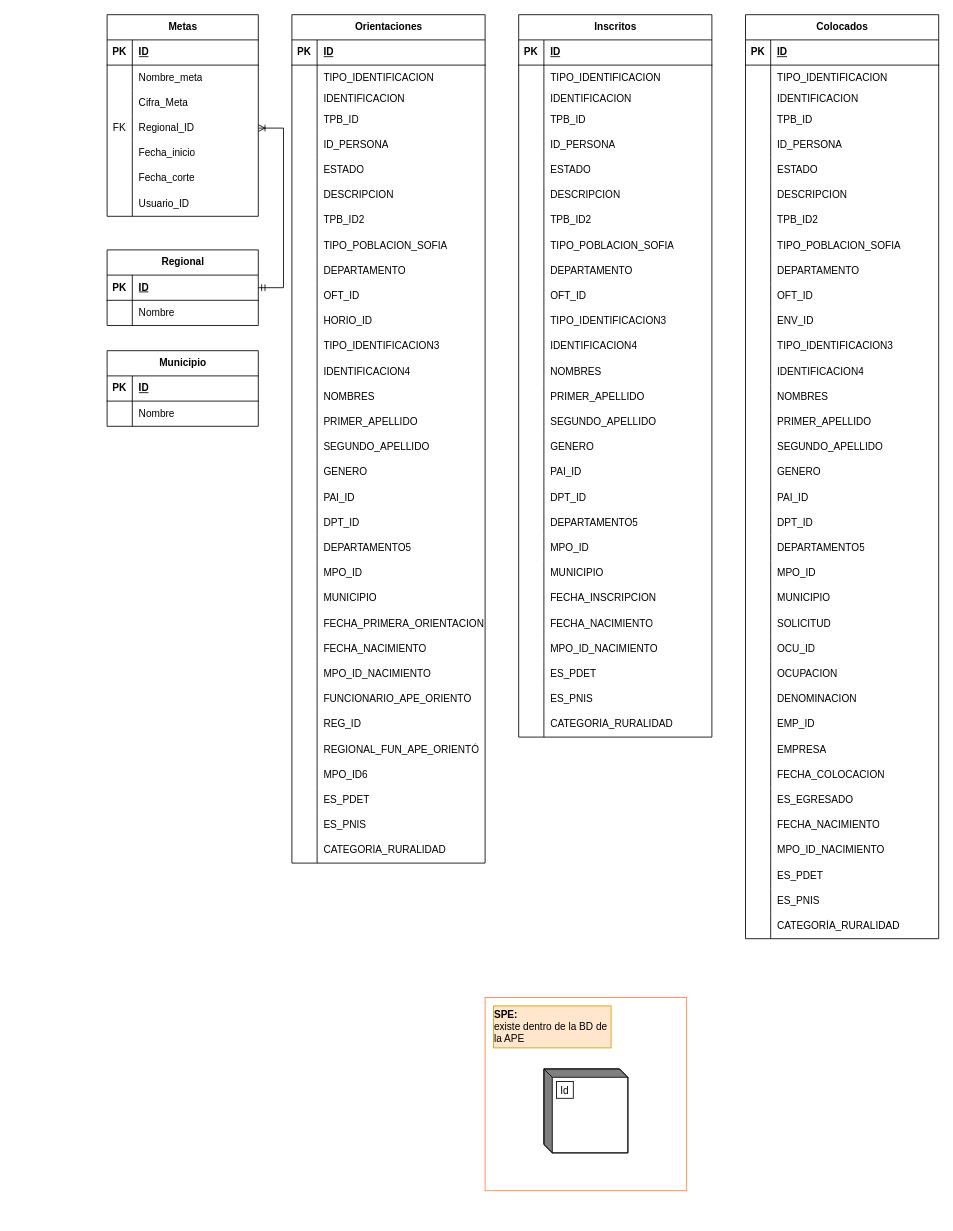
This is Diagrama sin título.drawio from nrb3098/ProyectoVictimasAPE, a draw.io file, before an edit. Source tidied: cells renumbered, new cells numbered last; positions are measured from the earlier drawing's top-left corner, leaving out a move shared by most shapes. Both pictures are drawn from the tidied source at 84%, with x=0, y=0 at pixel (107, 14).
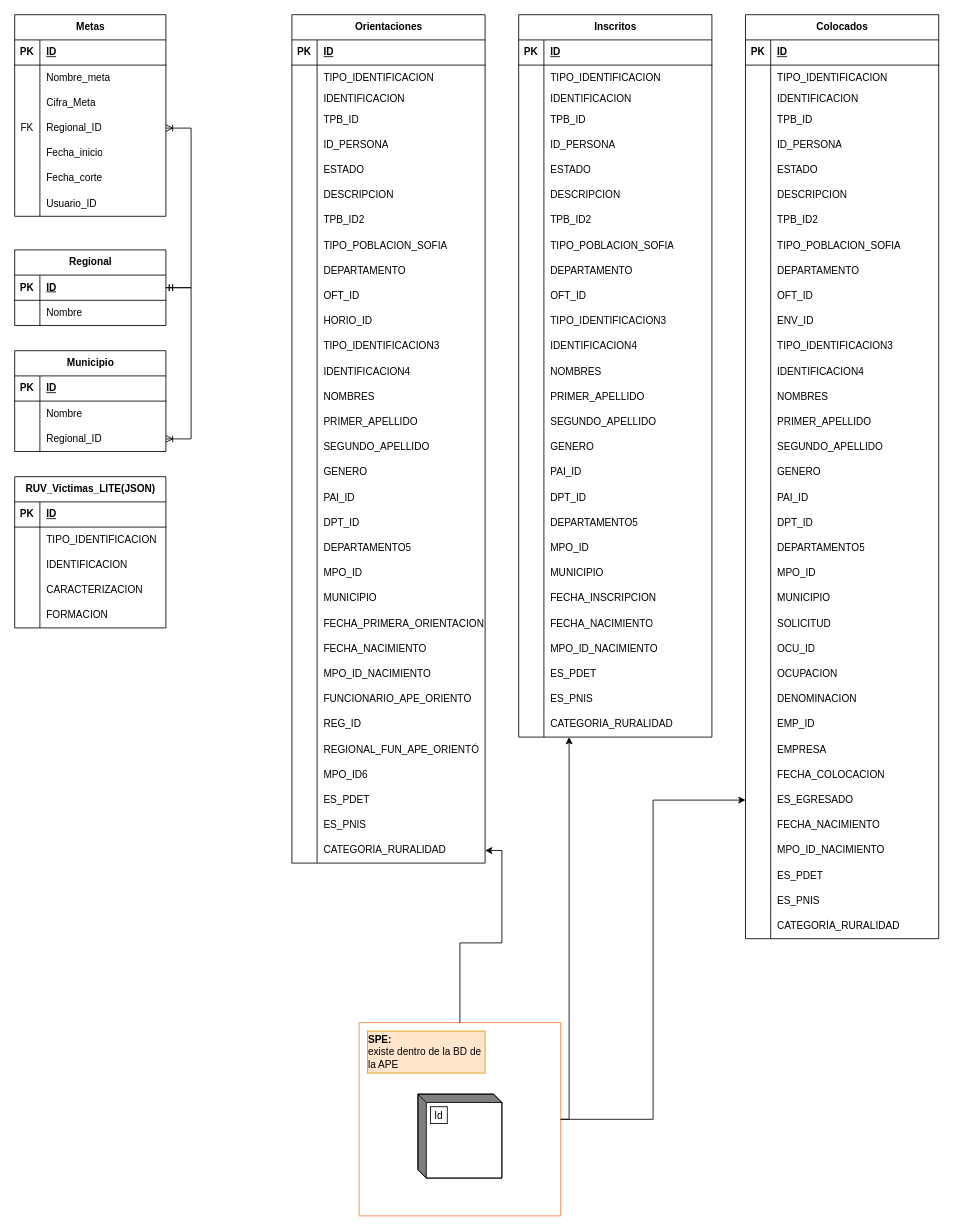
The same page after the edit.

The change refers to these unchanged cells:
```xml
<mxCell id="99" style="shape=tableRow;horizontal=0;startSize=0;swimlaneHead=0;swimlaneBody=0;fillColor=none;points=[[0,0.5],[1,0.5]];portConstraint=eastwest;top=0;left=0;right=0;bottom=0;" parent="2" vertex="1">
  <mxGeometry y="980" width="230" height="30" as="geometry" />
</mxCell>
<mxCell id="125" style="rounded=0;whiteSpace=wrap;html=1;fillColor=none;strokeColor=#ff8040;" parent="124" vertex="1">
  <mxGeometry width="240" height="230" as="geometry" />
</mxCell>
<mxCell id="211" style="shape=tableRow;horizontal=0;startSize=0;swimlaneHead=0;swimlaneBody=0;fillColor=none;points=[[0,0.5],[1,0.5]];portConstraint=eastwest;top=0;left=0;right=0;bottom=0;" parent="129" vertex="1">
  <mxGeometry y="830" width="230" height="30" as="geometry" />
</mxCell>
<mxCell id="305" style="shape=tableRow;horizontal=0;startSize=0;swimlaneHead=0;swimlaneBody=0;fillColor=none;points=[[0,0.5],[1,0.5]];portConstraint=eastwest;top=0;left=0;right=0;bottom=0;" parent="214" vertex="1">
  <mxGeometry y="920" width="230" height="30" as="geometry" />
</mxCell>
<mxCell id="324" style="shape=tableRow;horizontal=0;startSize=0;swimlaneHead=0;swimlaneBody=0;fillColor=none;points=[[0,0.5],[1,0.5]];portConstraint=eastwest;top=0;left=0;right=0;bottom=1;" parent="323" vertex="1">
  <mxGeometry y="30" width="180" height="30" as="geometry" />
</mxCell>
```

Diff of the diagram source:
```diff
@@
     <mxCell id="102" value="Metas" style="shape=table;startSize=30;childLayout=tableLayout;rowLines=0;fontStyle=1;align=center;html=1;" parent="1" vertex="1">
-      <mxGeometry width="180" height="240" as="geometry" />
+      <mxGeometry x="-110" width="180" height="240" as="geometry" />
     </mxCell>
@@
     <mxCell id="124" style="group;" parent="1" vertex="1">
-      <mxGeometry x="450" y="1170" width="240" height="230" as="geometry" />
+      <mxGeometry x="300" y="1200" width="240" height="230" as="geometry" />
     </mxCell>
@@
     <mxCell id="323" value="Regional" style="shape=table;startSize=30;childLayout=tableLayout;rowLines=0;fontStyle=1;align=center;html=1;" parent="1" vertex="1">
-      <mxGeometry y="280" width="180" height="90" as="geometry" />
+      <mxGeometry x="-110" y="280" width="180" height="90" as="geometry" />
     </mxCell>
@@
     <mxCell id="330" value="Municipio" style="shape=table;startSize=30;childLayout=tableLayout;rowLines=0;fontStyle=1;align=center;html=1;" parent="1" vertex="1">
-      <mxGeometry y="400" width="180" height="90" as="geometry" />
+      <mxGeometry x="-110" y="400" width="180" height="120" as="geometry" />
     </mxCell>
@@
+    <mxCell id="338" style="shape=tableRow;horizontal=0;startSize=0;swimlaneHead=0;swimlaneBody=0;fillColor=none;points=[[0,0.5],[1,0.5]];portConstraint=eastwest;top=0;left=0;right=0;bottom=0;" parent="330" vertex="1">
+      <mxGeometry y="90" width="180" height="30" as="geometry" />
+    </mxCell>
+    <mxCell id="339" style="shape=partialRectangle;fillColor=none;top=0;left=0;bottom=0;right=0;overflow=hidden;whiteSpace=wrap;html=1;" parent="338" vertex="1">
+      <mxGeometry width="30" height="30" as="geometry" />
+    </mxCell>
+    <mxCell id="340" value="Regional_ID" style="shape=partialRectangle;fillColor=none;top=0;left=0;bottom=0;right=0;align=left;spacingLeft=6;overflow=hidden;whiteSpace=wrap;html=1;" parent="338" vertex="1">
+      <mxGeometry x="30" width="150" height="30" as="geometry" />
+    </mxCell>
@@
+    <mxCell id="341" style="edgeStyle=entityRelationEdgeStyle;fontSize=12;html=1;endArrow=ERoneToMany;startArrow=ERmandOne;rounded=0;" parent="1" edge="1" source="324" target="338">
+      <mxGeometry relative="1" as="geometry" />
+    </mxCell>
+    <mxCell id="342" value="RUV_Victimas_LITE(JSON)" style="shape=table;startSize=30;childLayout=tableLayout;rowLines=0;fontStyle=1;align=center;html=1;" parent="1" vertex="1">
+      <mxGeometry x="-110" y="550" width="180" height="180" as="geometry" />
+    </mxCell>
+    <mxCell id="343" style="shape=tableRow;horizontal=0;startSize=0;swimlaneHead=0;swimlaneBody=0;fillColor=none;top=0;left=0;right=0;bottom=1;" parent="342" vertex="1">
+      <mxGeometry y="30" width="180" height="30" as="geometry" />
+    </mxCell>
+    <mxCell id="344" value="PK" style="shape=partialRectangle;fillColor=none;top=0;left=0;bottom=0;right=0;fontStyle=1;overflow=hidden;whiteSpace=wrap;html=1;" parent="343" vertex="1">
+      <mxGeometry width="30" height="30" as="geometry" />
+    </mxCell>
+    <mxCell id="345" value="ID" style="shape=partialRectangle;fillColor=none;top=0;left=0;bottom=0;right=0;align=left;spacingLeft=6;fontStyle=5;overflow=hidden;whiteSpace=wrap;html=1;" parent="343" vertex="1">
+      <mxGeometry x="30" width="150" height="30" as="geometry" />
+    </mxCell>
+    <mxCell id="346" style="shape=tableRow;horizontal=0;startSize=0;swimlaneHead=0;swimlaneBody=0;fillColor=none;top=0;left=0;right=0;bottom=0;" parent="342" vertex="1">
+      <mxGeometry y="60" width="180" height="30" as="geometry" />
+    </mxCell>
+    <mxCell id="347" style="shape=partialRectangle;fillColor=none;top=0;left=0;bottom=0;right=0;overflow=hidden;whiteSpace=wrap;html=1;" parent="346" vertex="1">
+      <mxGeometry width="30" height="30" as="geometry" />
+    </mxCell>
+    <mxCell id="348" value="TIPO_IDENTIFICACION" style="shape=partialRectangle;fillColor=none;top=0;left=0;bottom=0;right=0;align=left;spacingLeft=6;overflow=hidden;whiteSpace=wrap;html=1;" parent="346" vertex="1">
+      <mxGeometry x="30" width="150" height="30" as="geometry" />
+    </mxCell>
+    <mxCell id="349" style="shape=tableRow;horizontal=0;startSize=0;swimlaneHead=0;swimlaneBody=0;fillColor=none;top=0;left=0;right=0;bottom=0;" parent="342" vertex="1">
+      <mxGeometry y="90" width="180" height="30" as="geometry" />
+    </mxCell>
+    <mxCell id="350" style="shape=partialRectangle;fillColor=none;top=0;left=0;bottom=0;right=0;overflow=hidden;whiteSpace=wrap;html=1;" parent="349" vertex="1">
+      <mxGeometry width="30" height="30" as="geometry" />
+    </mxCell>
+    <mxCell id="351" value="IDENTIFICACION" style="shape=partialRectangle;fillColor=none;top=0;left=0;bottom=0;right=0;align=left;spacingLeft=6;overflow=hidden;whiteSpace=wrap;html=1;" parent="349" vertex="1">
+      <mxGeometry x="30" width="150" height="30" as="geometry" />
+    </mxCell>
+    <mxCell id="352" style="shape=tableRow;horizontal=0;startSize=0;swimlaneHead=0;swimlaneBody=0;fillColor=none;top=0;left=0;right=0;bottom=0;" parent="342" vertex="1">
+      <mxGeometry y="120" width="180" height="30" as="geometry" />
+    </mxCell>
+    <mxCell id="353" style="shape=partialRectangle;fillColor=none;top=0;left=0;bottom=0;right=0;overflow=hidden;whiteSpace=wrap;html=1;" parent="352" vertex="1">
+      <mxGeometry width="30" height="30" as="geometry" />
+    </mxCell>
+    <mxCell id="354" value="CARACTERIZACION" style="shape=partialRectangle;fillColor=none;top=0;left=0;bottom=0;right=0;align=left;spacingLeft=6;overflow=hidden;whiteSpace=wrap;html=1;" parent="352" vertex="1">
+      <mxGeometry x="30" width="150" height="30" as="geometry" />
+    </mxCell>
+    <mxCell id="355" style="shape=tableRow;horizontal=0;startSize=0;swimlaneHead=0;swimlaneBody=0;fillColor=none;top=0;left=0;right=0;bottom=0;" parent="342" vertex="1">
+      <mxGeometry y="150" width="180" height="30" as="geometry" />
+    </mxCell>
+    <mxCell id="356" style="shape=partialRectangle;fillColor=none;top=0;left=0;bottom=0;right=0;overflow=hidden;whiteSpace=wrap;html=1;" parent="355" vertex="1">
+      <mxGeometry width="30" height="30" as="geometry" />
+    </mxCell>
+    <mxCell id="357" value="FORMACION" style="shape=partialRectangle;fillColor=none;top=0;left=0;bottom=0;right=0;align=left;spacingLeft=6;overflow=hidden;whiteSpace=wrap;html=1;" parent="355" vertex="1">
+      <mxGeometry x="30" width="150" height="30" as="geometry" />
+    </mxCell>
+    <mxCell id="358" style="edgeStyle=orthogonalEdgeStyle;rounded=0;jettySize=auto;html=1;exitX=0.5;exitY=0;exitDx=0;exitDy=0;" parent="1" edge="1" source="125" target="99">
+      <mxGeometry relative="1" as="geometry" />
+    </mxCell>
+    <mxCell id="359" style="edgeStyle=orthogonalEdgeStyle;rounded=0;jettySize=auto;html=1;" parent="1" edge="1" source="125" target="211">
+      <mxGeometry relative="1" as="geometry">
+        <Array as="points">
+          <mxPoint x="550" y="1315" />
+        </Array>
+      </mxGeometry>
+    </mxCell>
+    <mxCell id="360" style="edgeStyle=orthogonalEdgeStyle;rounded=0;jettySize=auto;html=1;exitX=1;exitY=0.5;exitDx=0;exitDy=0;entryX=0;entryY=0.5;entryDx=0;entryDy=0;" parent="1" edge="1" source="125" target="305">
+      <mxGeometry relative="1" as="geometry" />
+    </mxCell>
```
